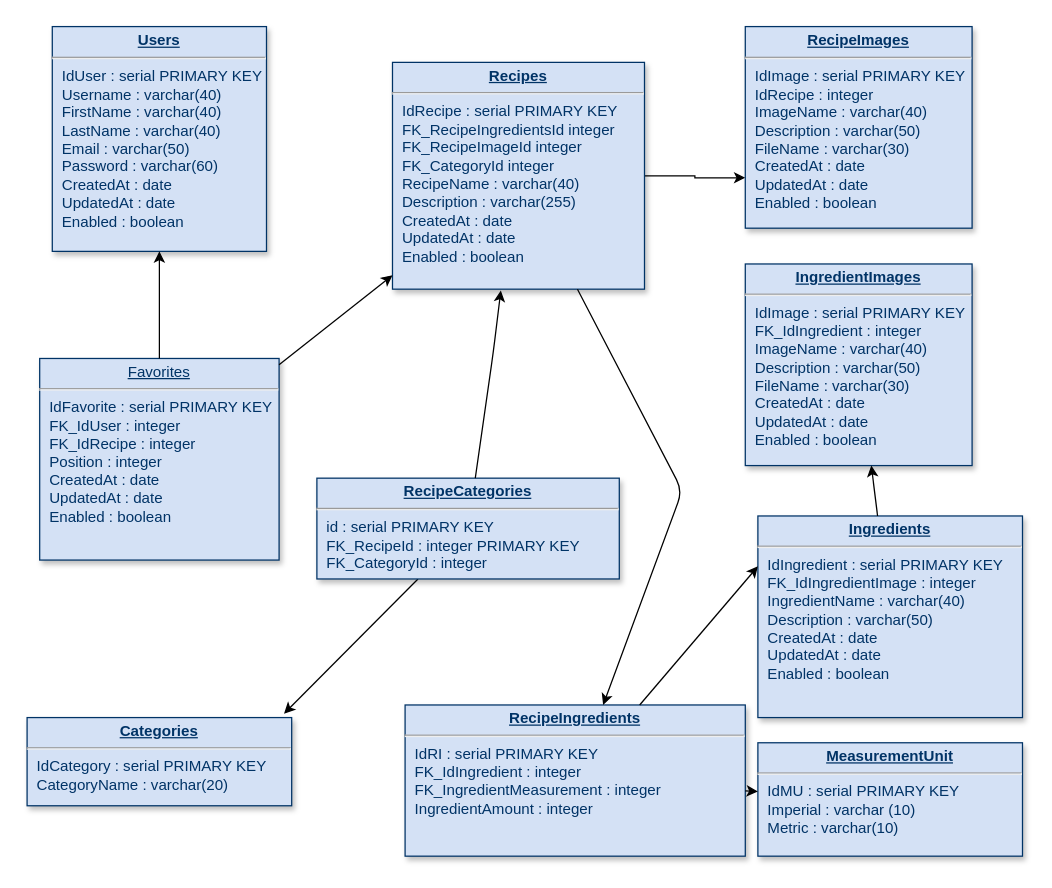
This is Database.drawio from paraguin271828/react-cookbook, a draw.io file, before an edit. Source tidied: cells renumbered, new cells numbered last; positions are measured from the earlier drawing's top-left corner, leaving out a move shared by most shapes. Both pictures are drawn from the tidied source at 126%, with x=0, y=0 at pixel (26, 26).
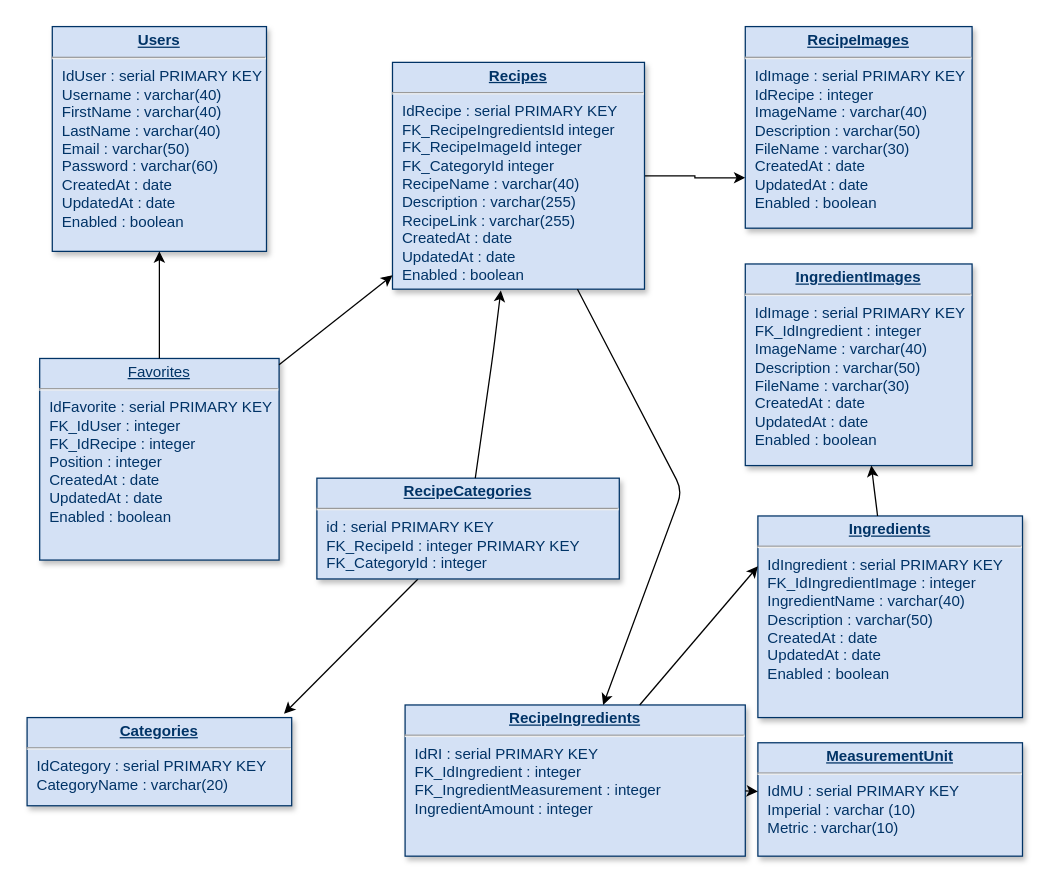
The same diagram, later.

The edit, as a diff of the source:
```diff
@@
-    <mxCell id="3" value="&lt;p style=&quot;margin: 0px ; margin-top: 4px ; text-align: center ; text-decoration: underline&quot;&gt;&lt;strong&gt;Recipes&lt;/strong&gt;&lt;/p&gt;&lt;hr&gt;&lt;p style=&quot;margin: 0px ; margin-left: 8px&quot;&gt;IdRecipe : serial PRIMARY KEY&lt;/p&gt;&lt;p style=&quot;margin: 0px ; margin-left: 8px&quot;&gt;FK_RecipeIngredientsId integer&lt;/p&gt;&lt;p style=&quot;margin: 0px ; margin-left: 8px&quot;&gt;FK_RecipeImageId integer&lt;/p&gt;&lt;p style=&quot;margin: 0px ; margin-left: 8px&quot;&gt;FK_CategoryId integer&lt;br&gt;&lt;/p&gt;&lt;p style=&quot;margin: 0px ; margin-left: 8px&quot;&gt;RecipeName : varchar(40)&lt;br&gt;&lt;/p&gt;&lt;p style=&quot;margin: 0px ; margin-left: 8px&quot;&gt;Description : varchar(255)&lt;/p&gt;&lt;p style=&quot;margin: 0px ; margin-left: 8px&quot;&gt;CreatedAt : date&lt;br&gt;&lt;/p&gt;&lt;p style=&quot;margin: 0px ; margin-left: 8px&quot;&gt;UpdatedAt : date&lt;br&gt;&lt;/p&gt;&lt;p style=&quot;margin: 0px ; margin-left: 8px&quot;&gt;Enabled : boolean&lt;br&gt;&lt;/p&gt;" style="verticalAlign=top;align=left;overflow=fill;fontSize=12;fontFamily=Helvetica;html=1;strokeColor=#003366;shadow=1;fillColor=#D4E1F5;fontColor=#003366;" parent="1" vertex="1">
+    <mxCell id="3" value="&lt;p style=&quot;margin: 0px ; margin-top: 4px ; text-align: center ; text-decoration: underline&quot;&gt;&lt;strong&gt;Recipes&lt;/strong&gt;&lt;/p&gt;&lt;hr&gt;&lt;p style=&quot;margin: 0px ; margin-left: 8px&quot;&gt;IdRecipe : serial PRIMARY KEY&lt;/p&gt;&lt;p style=&quot;margin: 0px ; margin-left: 8px&quot;&gt;FK_RecipeIngredientsId integer&lt;/p&gt;&lt;p style=&quot;margin: 0px ; margin-left: 8px&quot;&gt;FK_RecipeImageId integer&lt;/p&gt;&lt;p style=&quot;margin: 0px ; margin-left: 8px&quot;&gt;FK_CategoryId integer&lt;br&gt;&lt;/p&gt;&lt;p style=&quot;margin: 0px ; margin-left: 8px&quot;&gt;RecipeName : varchar(40)&lt;br&gt;&lt;/p&gt;&lt;p style=&quot;margin: 0px ; margin-left: 8px&quot;&gt;Description : varchar(255)&lt;/p&gt;&lt;p style=&quot;margin: 0px ; margin-left: 8px&quot;&gt;RecipeLink : varchar(255)&lt;br&gt;&lt;/p&gt;&lt;p style=&quot;margin: 0px ; margin-left: 8px&quot;&gt;CreatedAt : date&lt;br&gt;&lt;/p&gt;&lt;p style=&quot;margin: 0px ; margin-left: 8px&quot;&gt;UpdatedAt : date&lt;br&gt;&lt;/p&gt;&lt;p style=&quot;margin: 0px ; margin-left: 8px&quot;&gt;Enabled : boolean&lt;br&gt;&lt;/p&gt;" style="verticalAlign=top;align=left;overflow=fill;fontSize=12;fontFamily=Helvetica;html=1;strokeColor=#003366;shadow=1;fillColor=#D4E1F5;fontColor=#003366;" parent="1" vertex="1">
       <mxGeometry x="290" y="28" width="200" height="180" as="geometry" />
     </mxCell>
```
